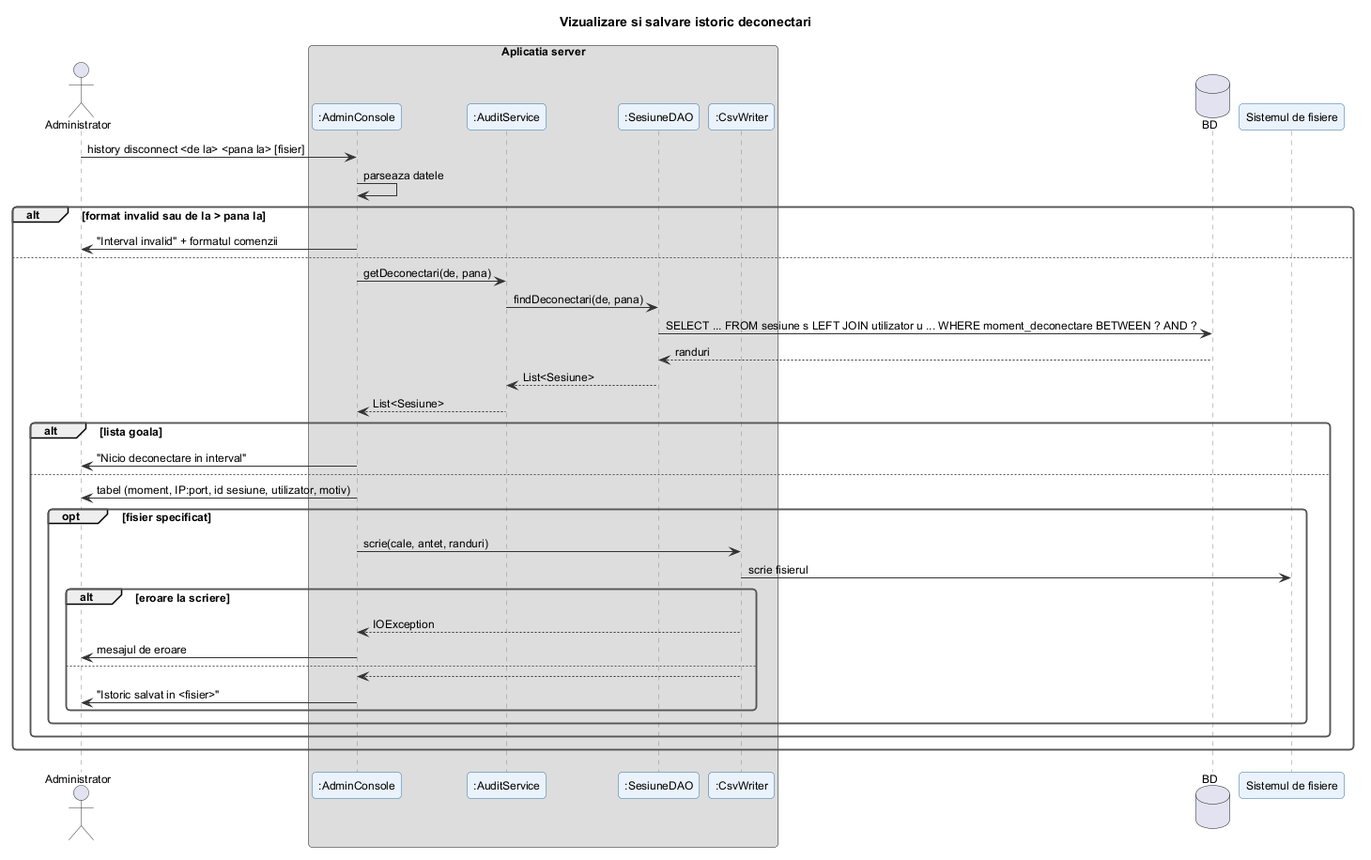
Above: docs/diagrame/6_secventa/istoric_deconectari.png in filip-eanu/ProiectIS (PlantUML), before the change.
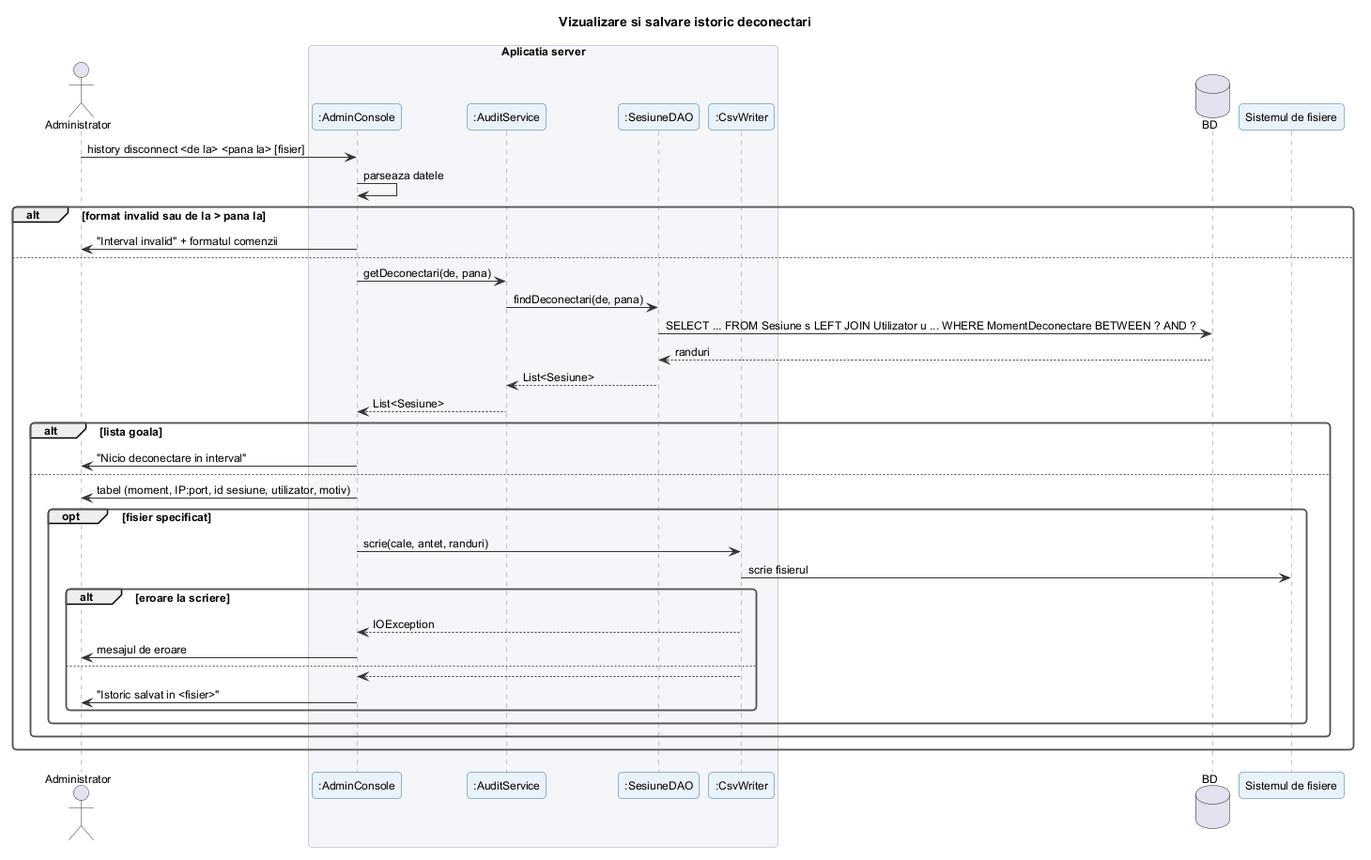
The same diagram one commit later.

Change to the diagram source:
```diff
@@ -19,7 +19,7 @@
 else
   AC -> AS : getDeconectari(de, pana)
   AS -> D : findDeconectari(de, pana)
-  D -> DB : SELECT ... FROM sesiune s LEFT JOIN utilizator u ... WHERE moment_deconectare BETWEEN ? AND ?
+  D -> DB : SELECT ... FROM Sesiune s LEFT JOIN Utilizator u ... WHERE MomentDeconectare BETWEEN ? AND ?
   DB --> D : randuri
   D --> AS : List<Sesiune>
   AS --> AC : List<Sesiune>
```
